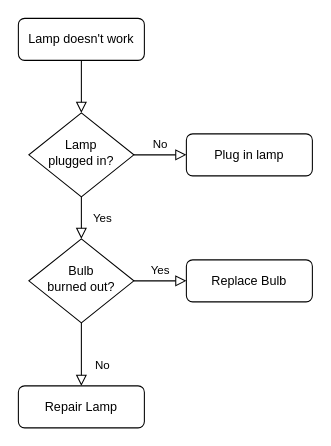
This is Untitled Diagram.drawio from Carcounter/Project_WeVa_JuEl_ScOl, a draw.io file, before an edit. Source tidied: cells renumbered, new cells numbered last; positions are measured from the earlier drawing's top-left corner, leaving out a move shared by most shapes. Both pictures are drawn from the tidied source at 105%, with x=0, y=0 at pixel (18, 18).
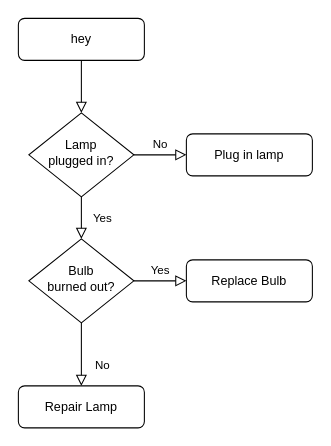
The same diagram, later.

The edit, as a diff of the source:
```diff
@@
 <mxGraphModel>
   <root>
     <mxCell id="0" />
     <mxCell id="1" parent="0" />
     <mxCell id="2" style="rounded=0;html=1;jettySize=auto;fontSize=11;endArrow=block;endFill=0;endSize=8;strokeWidth=1;shadow=0;labelBackgroundColor=none;edgeStyle=orthogonalEdgeStyle;" parent="1" edge="1" source="3" target="6">
       <mxGeometry relative="1" as="geometry" />
     </mxCell>
-    <mxCell id="3" value="Lamp doesn't work" style="rounded=1;whiteSpace=wrap;html=1;fontSize=12;glass=0;strokeWidth=1;shadow=0;" parent="1" vertex="1">
+    <mxCell id="3" value="hey" style="rounded=1;whiteSpace=wrap;html=1;fontSize=12;glass=0;strokeWidth=1;shadow=0;" parent="1" vertex="1">
       <mxGeometry width="120" height="40" as="geometry" />
     </mxCell>
     <mxCell id="4" value="Yes" style="rounded=0;html=1;jettySize=auto;fontSize=11;endArrow=block;endFill=0;endSize=8;strokeWidth=1;shadow=0;labelBackgroundColor=none;edgeStyle=orthogonalEdgeStyle;" parent="1" edge="1" source="6" target="10">
       <mxGeometry y="20" relative="1" as="geometry" />
     </mxCell>
     <mxCell id="5" value="No" style="edgeStyle=orthogonalEdgeStyle;rounded=0;html=1;jettySize=auto;fontSize=11;endArrow=block;endFill=0;endSize=8;strokeWidth=1;shadow=0;labelBackgroundColor=none;" parent="1" edge="1" source="6" target="7">
       <mxGeometry y="10" relative="1" as="geometry" />
     </mxCell>
     <mxCell id="6" value="Lamp&lt;br&gt;plugged in?" style="rhombus;whiteSpace=wrap;html=1;shadow=0;fontFamily=Helvetica;fontSize=12;align=center;strokeWidth=1;spacing=6;spacingTop=-4;" parent="1" vertex="1">
       <mxGeometry x="10" y="90" width="100" height="80" as="geometry" />
     </mxCell>
     <mxCell id="7" value="Plug in lamp" style="rounded=1;whiteSpace=wrap;html=1;fontSize=12;glass=0;strokeWidth=1;shadow=0;" parent="1" vertex="1">
       <mxGeometry x="160" y="110" width="120" height="40" as="geometry" />
     </mxCell>
     <mxCell id="8" value="No" style="rounded=0;html=1;jettySize=auto;fontSize=11;endArrow=block;endFill=0;endSize=8;strokeWidth=1;shadow=0;labelBackgroundColor=none;edgeStyle=orthogonalEdgeStyle;" parent="1" edge="1" source="10" target="11">
       <mxGeometry x="0.33" y="20" relative="1" as="geometry" />
     </mxCell>
     <mxCell id="9" value="Yes" style="edgeStyle=orthogonalEdgeStyle;rounded=0;html=1;jettySize=auto;fontSize=11;endArrow=block;endFill=0;endSize=8;strokeWidth=1;shadow=0;labelBackgroundColor=none;" parent="1" edge="1" source="10" target="12">
       <mxGeometry y="10" relative="1" as="geometry" />
     </mxCell>
     <mxCell id="10" value="Bulb&lt;br&gt;burned out?" style="rhombus;whiteSpace=wrap;html=1;shadow=0;fontFamily=Helvetica;fontSize=12;align=center;strokeWidth=1;spacing=6;spacingTop=-4;" parent="1" vertex="1">
       <mxGeometry x="10" y="210" width="100" height="80" as="geometry" />
     </mxCell>
     <mxCell id="11" value="Repair Lamp" style="rounded=1;whiteSpace=wrap;html=1;fontSize=12;glass=0;strokeWidth=1;shadow=0;" parent="1" vertex="1">
       <mxGeometry y="350" width="120" height="40" as="geometry" />
     </mxCell>
     <mxCell id="12" value="Replace Bulb" style="rounded=1;whiteSpace=wrap;html=1;fontSize=12;glass=0;strokeWidth=1;shadow=0;" parent="1" vertex="1">
       <mxGeometry x="160" y="230" width="120" height="40" as="geometry" />
     </mxCell>
   </root>
 </mxGraphModel>
```
